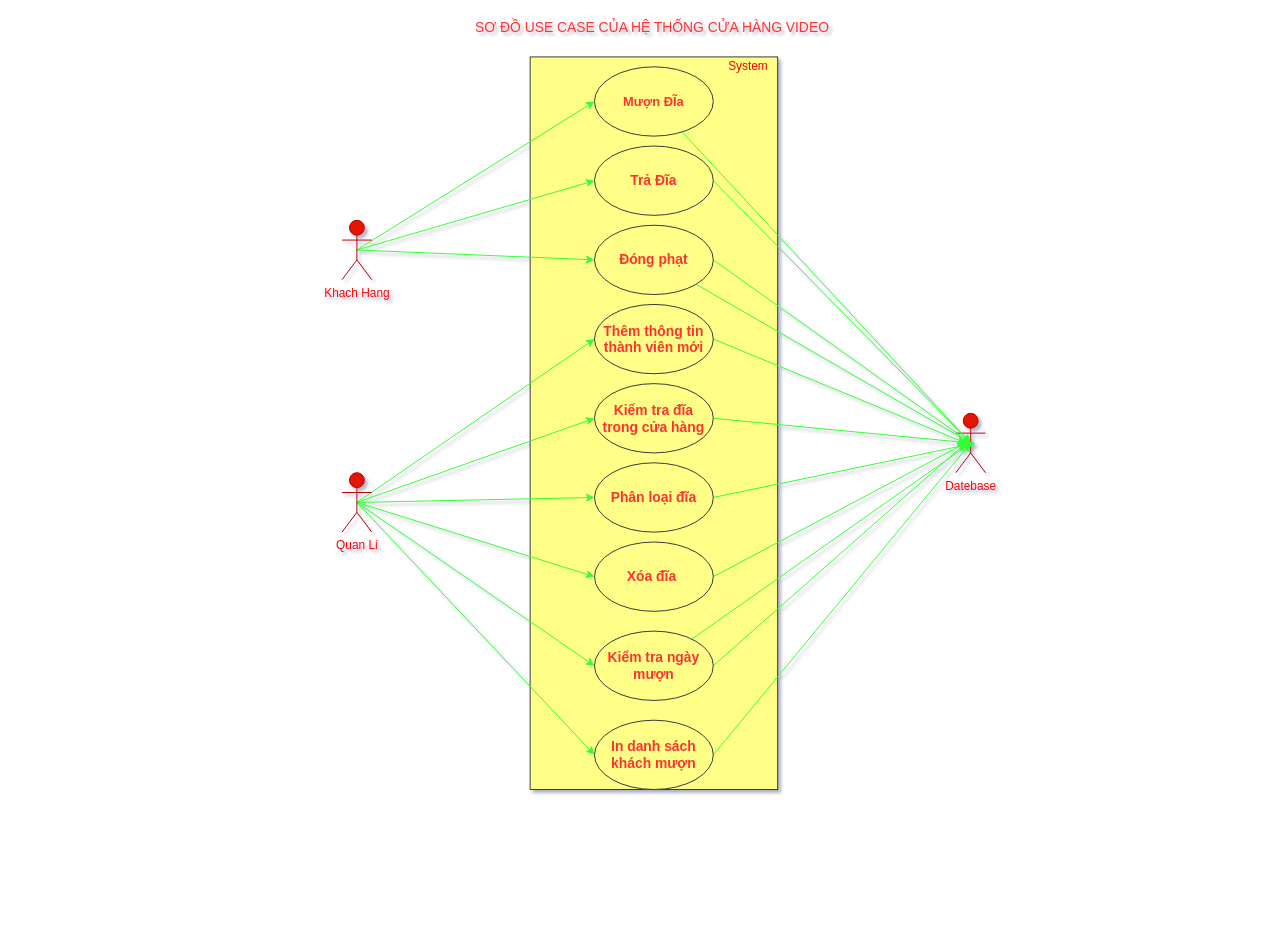
Before: page "UC lap 1.3" (3 of 3) of src/lap1/baitaplap1.drawio in HuynhMinh02/CongNghePhanMem, a draw.io diagram. Source tidied: cells renumbered, new cells numbered last; positions are measured from the earlier drawing's top-left corner, leaving out a move shared by most shapes. Both pictures are drawn from the tidied source at 99%, with x=0, y=0 at pixel (342, 17).
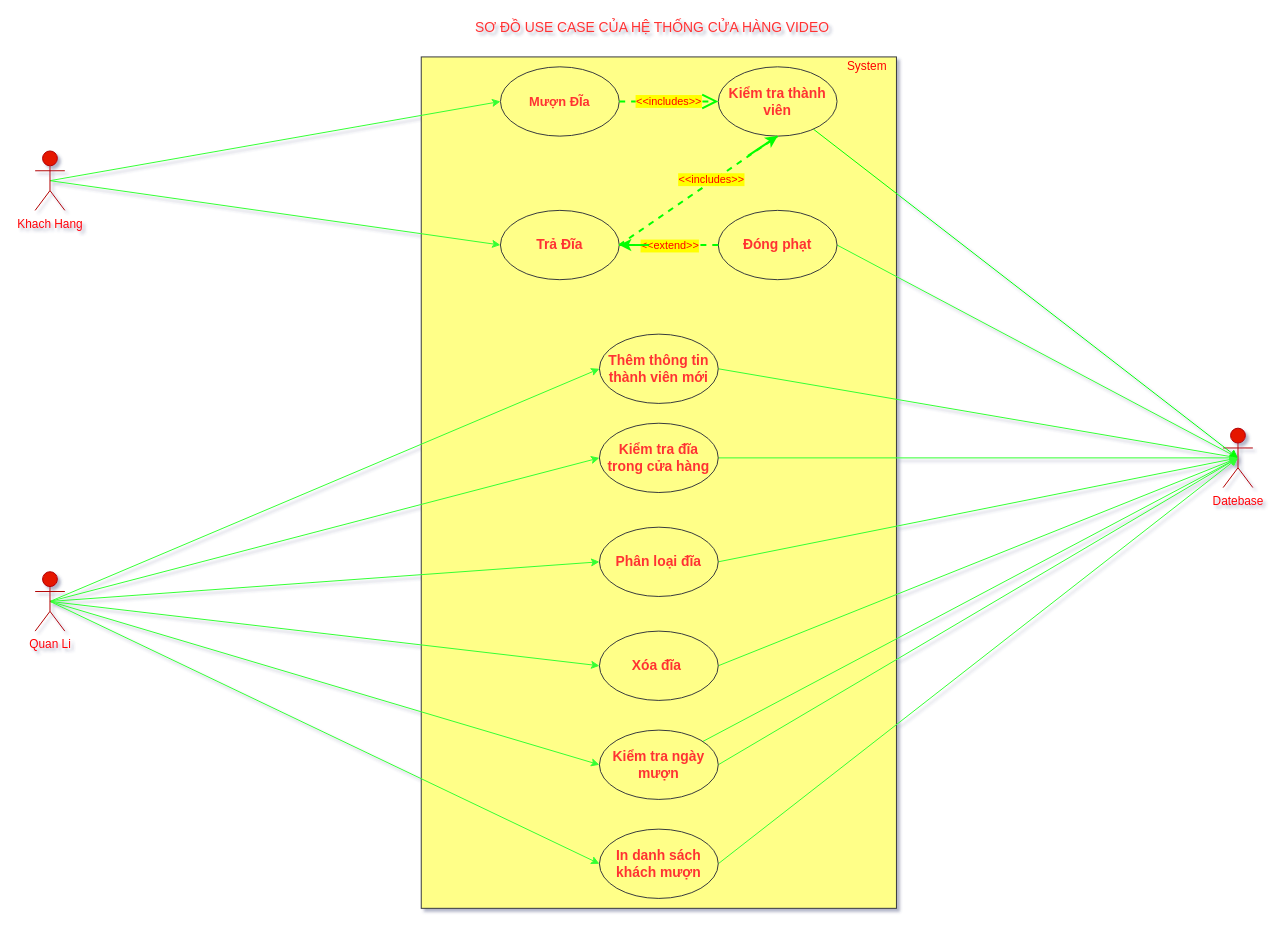
Above is the later version.

Diff of the diagram source:
```diff
@@
     <mxCell id="2" style="whiteSpace=wrap;html=1;fillColor=#ffff88;strokeColor=#36393d;" parent="1" vertex="1">
-      <mxGeometry x="190" y="40" width="250" height="740" as="geometry" />
+      <mxGeometry x="80" y="40" width="480" height="860" as="geometry" />
     </mxCell>
@@
     <mxCell id="9" value="&lt;font color=&quot;#ff0000&quot;&gt;Quan Li&lt;/font&gt;" style="shape=umlActor;verticalLabelPosition=bottom;verticalAlign=top;html=1;fillColor=#e51400;fontColor=#ffffff;strokeColor=#B20000;" parent="1" vertex="1">
-      <mxGeometry y="460" width="30" height="60" as="geometry" />
+      <mxGeometry x="-310" y="560" width="30" height="60" as="geometry" />
     </mxCell>
     <mxCell id="10" value="System" style="text;html=1;align=center;verticalAlign=middle;strokeColor=none;fillColor=none;fontColor=#FF0000;" parent="1" vertex="1">
-      <mxGeometry x="380" y="40" width="60" height="20" as="geometry" />
+      <mxGeometry x="500" y="40" width="60" height="20" as="geometry" />
     </mxCell>
@@
-    <mxCell id="13" style="edgeStyle=none;html=1;exitX=0.5;exitY=0.5;exitDx=0;exitDy=0;exitPerimeter=0;entryX=0;entryY=0.5;entryDx=0;entryDy=0;fontColor=#FF3333;strokeColor=#33FF33;" parent="1" edge="1" source="14" target="22">
-      <mxGeometry relative="1" as="geometry" />
-    </mxCell>
     <mxCell id="14" value="&lt;font color=&quot;#ff0000&quot;&gt;Khach Hang&lt;/font&gt;" style="shape=umlActor;verticalLabelPosition=bottom;verticalAlign=top;html=1;fillColor=#e51400;fontColor=#ffffff;strokeColor=#B20000;" parent="1" vertex="1">
-      <mxGeometry y="205" width="30" height="60" as="geometry" />
+      <mxGeometry x="-310" y="135" width="30" height="60" as="geometry" />
     </mxCell>
     <mxCell id="15" value="&lt;font color=&quot;#ff0000&quot;&gt;Datebase&lt;/font&gt;" style="shape=umlActor;verticalLabelPosition=bottom;verticalAlign=top;html=1;fillColor=#e51400;fontColor=#ffffff;strokeColor=#B20000;" parent="1" vertex="1">
-      <mxGeometry x="620" y="400" width="30" height="60" as="geometry" />
+      <mxGeometry x="890" y="415" width="30" height="60" as="geometry" />
     </mxCell>
-    <mxCell id="16" style="edgeStyle=none;html=1;fontSize=14;fontColor=#FF3333;strokeColor=#33FF33;entryX=0.5;entryY=0.5;entryDx=0;entryDy=0;entryPerimeter=0;" parent="1" edge="1" source="17" target="15">
-      <mxGeometry relative="1" as="geometry" />
-    </mxCell>
     <mxCell id="17" value="&lt;b&gt;&lt;font color=&quot;#ff3333&quot;&gt;Mượn ĐĨa&lt;/font&gt;&lt;/b&gt;" style="ellipse;whiteSpace=wrap;html=1;fontSize=13;fillColor=#ffff88;strokeColor=#36393d;" parent="1" vertex="1">
-      <mxGeometry x="255" y="50" width="120" height="70" as="geometry" />
+      <mxGeometry x="160" y="50" width="120" height="70" as="geometry" />
     </mxCell>
-    <mxCell id="18" style="edgeStyle=none;html=1;exitX=1;exitY=0.5;exitDx=0;exitDy=0;fontSize=14;fontColor=#FF3333;strokeColor=#33FF33;entryX=0.5;entryY=0.5;entryDx=0;entryDy=0;entryPerimeter=0;" parent="1" edge="1" source="19" target="15">
-      <mxGeometry relative="1" as="geometry" />
-    </mxCell>
     <mxCell id="19" value="&lt;font color=&quot;#ff3333&quot;&gt;&lt;span style=&quot;font-size: 14px&quot;&gt;&lt;b&gt;Trả Đĩa&lt;/b&gt;&lt;/span&gt;&lt;/font&gt;" style="ellipse;whiteSpace=wrap;html=1;fontSize=13;fillColor=#ffff88;strokeColor=#36393d;" parent="1" vertex="1">
-      <mxGeometry x="255" y="130" width="120" height="70" as="geometry" />
+      <mxGeometry x="160" y="195" width="120" height="70" as="geometry" />
     </mxCell>
-    <mxCell id="20" style="edgeStyle=none;html=1;entryX=0.5;entryY=0.5;entryDx=0;entryDy=0;entryPerimeter=0;fontSize=14;fontColor=#FF3333;strokeColor=#33FF33;" parent="1" edge="1" source="22" target="15">
-      <mxGeometry relative="1" as="geometry" />
-    </mxCell>
-    <mxCell id="21" style="edgeStyle=none;html=1;exitX=1;exitY=0.5;exitDx=0;exitDy=0;entryX=0.5;entryY=0.5;entryDx=0;entryDy=0;entryPerimeter=0;fontColor=#FF3333;strokeColor=#33FF33;" parent="1" edge="1" source="22" target="15">
-      <mxGeometry relative="1" as="geometry" />
-    </mxCell>
+    <mxCell id="37" style="edgeStyle=none;html=1;exitX=1;exitY=0.5;exitDx=0;exitDy=0;entryX=0.5;entryY=0.5;entryDx=0;entryDy=0;entryPerimeter=0;strokeColor=#33FF33;" parent="1" edge="1" source="22" target="15">
+      <mxGeometry relative="1" as="geometry" />
+    </mxCell>
     <mxCell id="22" value="&lt;font color=&quot;#ff3333&quot;&gt;&lt;span style=&quot;font-size: 14px&quot;&gt;&lt;b&gt;Đóng phạt&lt;/b&gt;&lt;/span&gt;&lt;/font&gt;" style="ellipse;whiteSpace=wrap;html=1;fontSize=13;fillColor=#ffff88;strokeColor=#36393d;" parent="1" vertex="1">
-      <mxGeometry x="255" y="210" width="120" height="70" as="geometry" />
+      <mxGeometry x="380" y="195" width="120" height="70" as="geometry" />
     </mxCell>
@@
-    <mxCell id="24" style="edgeStyle=none;html=1;exitX=1;exitY=0.5;exitDx=0;exitDy=0;fontColor=#FF3333;strokeColor=#33FF33;" parent="1" edge="1" source="25">
-      <mxGeometry relative="1" as="geometry">
-        <mxPoint x="630" y="430" as="targetPoint" />
-      </mxGeometry>
+    <mxCell id="24" style="edgeStyle=none;html=1;exitX=1;exitY=0.5;exitDx=0;exitDy=0;fontColor=#FF3333;strokeColor=#33FF33;entryX=0.5;entryY=0.5;entryDx=0;entryDy=0;entryPerimeter=0;" parent="1" edge="1" source="25" target="15">
+      <mxGeometry relative="1" as="geometry" />
     </mxCell>
     <mxCell id="25" value="&lt;font color=&quot;#ff3333&quot;&gt;&lt;span style=&quot;font-size: 14px&quot;&gt;&lt;b&gt;Kiểm tra ngày mượn&lt;/b&gt;&lt;/span&gt;&lt;/font&gt;" style="ellipse;whiteSpace=wrap;html=1;fontSize=13;fillColor=#ffff88;strokeColor=#36393d;" parent="1" vertex="1">
-      <mxGeometry x="255" y="620" width="120" height="70" as="geometry" />
+      <mxGeometry x="260" y="720" width="120" height="70" as="geometry" />
     </mxCell>
@@
     <mxCell id="27" value="&lt;font color=&quot;#ff3333&quot;&gt;&lt;span style=&quot;font-size: 14px&quot;&gt;&lt;b&gt;Kiểm tra đĩa trong cửa hàng&lt;/b&gt;&lt;/span&gt;&lt;/font&gt;" style="ellipse;whiteSpace=wrap;html=1;fontSize=13;fillColor=#ffff88;strokeColor=#36393d;" parent="1" vertex="1">
-      <mxGeometry x="255" y="370" width="120" height="70" as="geometry" />
+      <mxGeometry x="260" y="410" width="120" height="70" as="geometry" />
     </mxCell>
@@
     <mxCell id="29" value="&lt;font color=&quot;#ff3333&quot;&gt;&lt;span style=&quot;font-size: 14px&quot;&gt;&lt;b&gt;In danh sách khách mượn&lt;/b&gt;&lt;/span&gt;&lt;/font&gt;" style="ellipse;whiteSpace=wrap;html=1;fontSize=13;fillColor=#ffff88;strokeColor=#36393d;" parent="1" vertex="1">
-      <mxGeometry x="255" y="710" width="120" height="70" as="geometry" />
+      <mxGeometry x="260" y="820" width="120" height="70" as="geometry" />
     </mxCell>
-    <mxCell id="30" style="edgeStyle=none;html=1;exitX=1;exitY=0.5;exitDx=0;exitDy=0;fontColor=#FF3333;strokeColor=#33FF33;" parent="1" edge="1" source="31">
-      <mxGeometry relative="1" as="geometry">
-        <mxPoint x="640" y="430" as="targetPoint" />
-      </mxGeometry>
+    <mxCell id="30" style="edgeStyle=none;html=1;exitX=1;exitY=0.5;exitDx=0;exitDy=0;fontColor=#FF3333;strokeColor=#33FF33;entryX=0.5;entryY=0.5;entryDx=0;entryDy=0;entryPerimeter=0;" parent="1" edge="1" source="31" target="15">
+      <mxGeometry relative="1" as="geometry" />
     </mxCell>
     <mxCell id="31" value="&lt;font color=&quot;#ff3333&quot;&gt;&lt;span style=&quot;font-size: 14px&quot;&gt;&lt;b&gt;Phân loại đĩa&lt;/b&gt;&lt;/span&gt;&lt;/font&gt;" style="ellipse;whiteSpace=wrap;html=1;fontSize=13;fillColor=#ffff88;strokeColor=#36393d;" parent="1" vertex="1">
-      <mxGeometry x="255" y="450" width="120" height="70" as="geometry" />
+      <mxGeometry x="260" y="515" width="120" height="70" as="geometry" />
     </mxCell>
-    <mxCell id="32" style="edgeStyle=none;html=1;exitX=1;exitY=0.5;exitDx=0;exitDy=0;fontColor=#FF3333;strokeColor=#33FF33;" parent="1" edge="1" source="33">
-      <mxGeometry relative="1" as="geometry">
-        <mxPoint x="630" y="430" as="targetPoint" />
-      </mxGeometry>
+    <mxCell id="32" style="edgeStyle=none;html=1;exitX=1;exitY=0.5;exitDx=0;exitDy=0;fontColor=#FF3333;strokeColor=#33FF33;entryX=0.5;entryY=0.5;entryDx=0;entryDy=0;entryPerimeter=0;" parent="1" edge="1" source="33" target="15">
+      <mxGeometry relative="1" as="geometry" />
     </mxCell>
     <mxCell id="33" value="&lt;font color=&quot;#ff3333&quot;&gt;&lt;span style=&quot;font-size: 14px&quot;&gt;&lt;b&gt;Xóa đĩa&amp;nbsp;&lt;/b&gt;&lt;/span&gt;&lt;/font&gt;" style="ellipse;whiteSpace=wrap;html=1;fontSize=13;fillColor=#ffff88;strokeColor=#36393d;" parent="1" vertex="1">
-      <mxGeometry x="255" y="530" width="120" height="70" as="geometry" />
+      <mxGeometry x="260" y="620" width="120" height="70" as="geometry" />
     </mxCell>
-    <mxCell id="34" style="edgeStyle=none;html=1;exitX=1;exitY=0.5;exitDx=0;exitDy=0;fontColor=#FF3333;strokeColor=#33FF33;" parent="1" edge="1" source="35">
-      <mxGeometry relative="1" as="geometry">
-        <mxPoint x="630" y="430" as="targetPoint" />
-      </mxGeometry>
+    <mxCell id="34" style="edgeStyle=none;html=1;exitX=1;exitY=0.5;exitDx=0;exitDy=0;fontColor=#FF3333;strokeColor=#33FF33;entryX=0.5;entryY=0.5;entryDx=0;entryDy=0;entryPerimeter=0;" parent="1" edge="1" source="35" target="15">
+      <mxGeometry relative="1" as="geometry" />
     </mxCell>
     <mxCell id="35" value="&lt;font color=&quot;#ff3333&quot;&gt;&lt;span style=&quot;font-size: 14px&quot;&gt;&lt;b&gt;Thêm thông tin thành viên mới&lt;/b&gt;&lt;/span&gt;&lt;/font&gt;" style="ellipse;whiteSpace=wrap;html=1;fontSize=13;fillColor=#ffff88;strokeColor=#36393d;" parent="1" vertex="1">
-      <mxGeometry x="255" y="290" width="120" height="70" as="geometry" />
+      <mxGeometry x="260" y="320" width="120" height="70" as="geometry" />
     </mxCell>
@@
+    <mxCell id="38" style="edgeStyle=none;html=1;entryX=0.5;entryY=0.5;entryDx=0;entryDy=0;entryPerimeter=0;strokeColor=#00FF00;" parent="1" edge="1" source="39" target="15">
+      <mxGeometry relative="1" as="geometry" />
+    </mxCell>
+    <mxCell id="39" value="&lt;font color=&quot;#ff3333&quot;&gt;&lt;span style=&quot;font-size: 14px&quot;&gt;&lt;b&gt;Kiểm tra thành viên&lt;/b&gt;&lt;/span&gt;&lt;/font&gt;" style="ellipse;whiteSpace=wrap;html=1;fontSize=13;fillColor=#ffff88;strokeColor=#36393d;" parent="1" vertex="1">
+      <mxGeometry x="380" y="50" width="120" height="70" as="geometry" />
+    </mxCell>
+    <mxCell id="40" style="endArrow=none;dashed=1;html=1;strokeColor=#00FF00;strokeWidth=2;exitX=1;exitY=0.5;exitDx=0;exitDy=0;entryX=0.5;entryY=1;entryDx=0;entryDy=0;" parent="1" edge="1" source="19" target="39">
+      <mxGeometry relative="1" as="geometry" />
+    </mxCell>
+    <mxCell id="41" style="endArrow=none;dashed=1;html=1;strokeColor=#00FF00;strokeWidth=2;exitX=0;exitY=0.5;exitDx=0;exitDy=0;entryX=1;entryY=0.5;entryDx=0;entryDy=0;" parent="1" edge="1" source="22" target="19">
+      <mxGeometry relative="1" as="geometry" />
+    </mxCell>
+    <mxCell id="42" value="&lt;font color=&quot;#ff0000&quot;&gt;&amp;lt;&amp;lt;includes&amp;gt;&amp;gt;&lt;/font&gt;" style="edgeLabel;html=1;align=center;verticalAlign=middle;labelBackgroundColor=#FFFF00;" parent="1" vertex="1">
+      <mxGeometry x="370" y="165" as="geometry">
+        <mxPoint x="2" y="-2" as="offset" />
+      </mxGeometry>
+    </mxCell>
+    <mxCell id="43" value="&lt;font color=&quot;#ff0000&quot;&gt;&amp;lt;&amp;lt;extend&amp;gt;&amp;gt;&lt;/font&gt;" style="edgeLabel;html=1;align=center;verticalAlign=middle;labelBackgroundColor=#FFFF00;" parent="1" vertex="1">
+      <mxGeometry x="330" y="230" as="geometry" />
+    </mxCell>
+    <mxCell id="44" value="&amp;lt;&amp;lt;includes&amp;gt;&amp;gt;" style="endArrow=open;endSize=12;dashed=1;html=1;fontColor=#FF0000;strokeColor=#00FF00;strokeWidth=2;exitX=1;exitY=0.5;exitDx=0;exitDy=0;entryX=0;entryY=0.5;entryDx=0;entryDy=0;labelBackgroundColor=#FFFF00;" parent="1" edge="1" source="17" target="39">
+      <mxGeometry relative="1" as="geometry" />
+    </mxCell>
+    <mxCell id="45" style="endArrow=classic;html=1;labelBackgroundColor=#FFFF00;fontColor=#FF0000;strokeColor=#00FF00;strokeWidth=2;entryX=0.5;entryY=1;entryDx=0;entryDy=0;" parent="1" edge="1" target="39">
+      <mxGeometry relative="1" as="geometry">
+        <mxPoint x="410" y="140" as="sourcePoint" />
+      </mxGeometry>
+    </mxCell>
+    <mxCell id="46" style="endArrow=classic;html=1;labelBackgroundColor=#FFFF00;fontColor=#FF0000;strokeColor=#00FF00;strokeWidth=2;entryX=1;entryY=0.5;entryDx=0;entryDy=0;" parent="1" edge="1" target="19">
+      <mxGeometry relative="1" as="geometry">
+        <mxPoint x="310" y="230" as="sourcePoint" />
+      </mxGeometry>
+    </mxCell>
```
